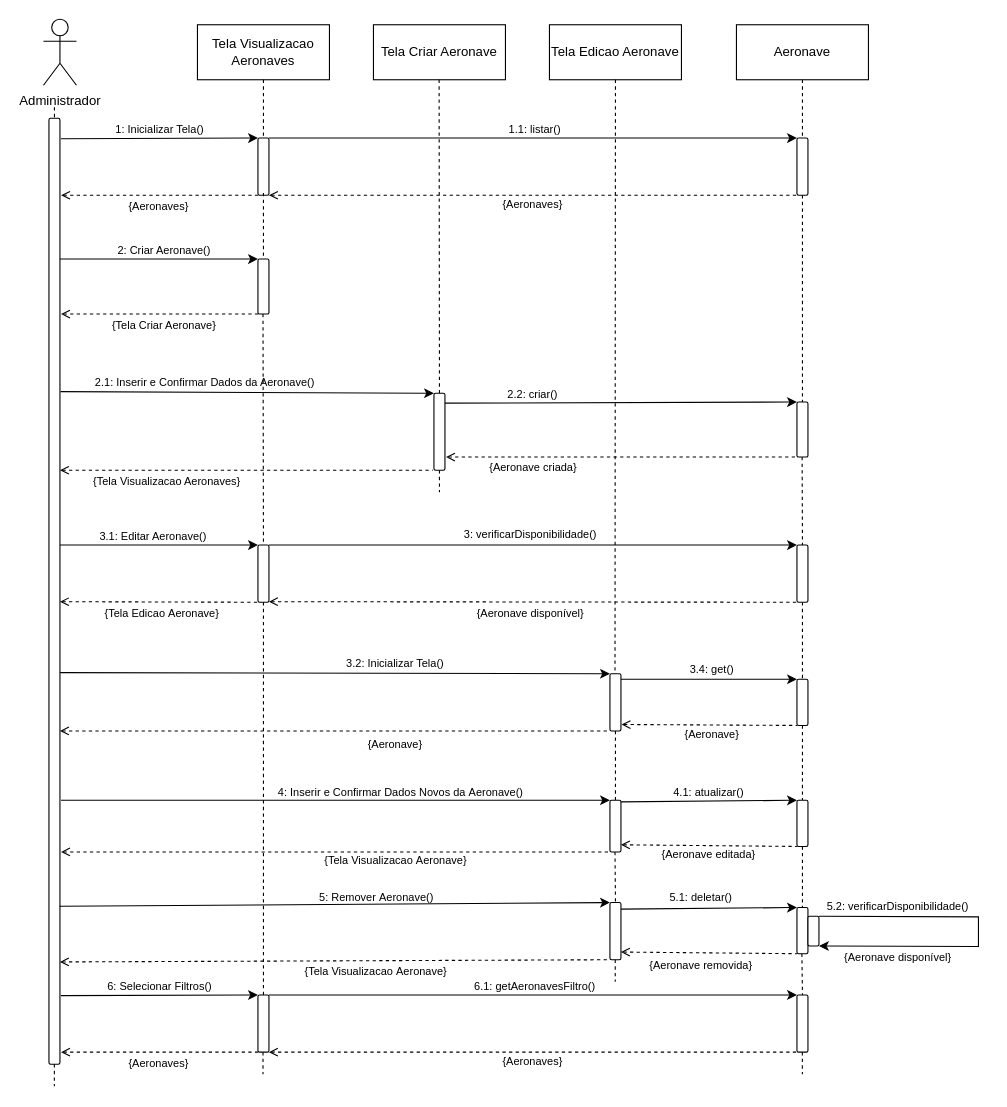
Before: Diagramas/Eng_de_Software/Modelos/Sequencia/Manter_Aeronaves.drawio in GabrielGMori/trabalho-conclus-o-ano, a draw.io diagram. Source tidied: cells renumbered, new cells numbered last; positions are measured from the earlier drawing's top-left corner, leaving out a move shared by most shapes. Both pictures are drawn from the tidied source at 110%, with x=0, y=0 at pixel (43, 19).
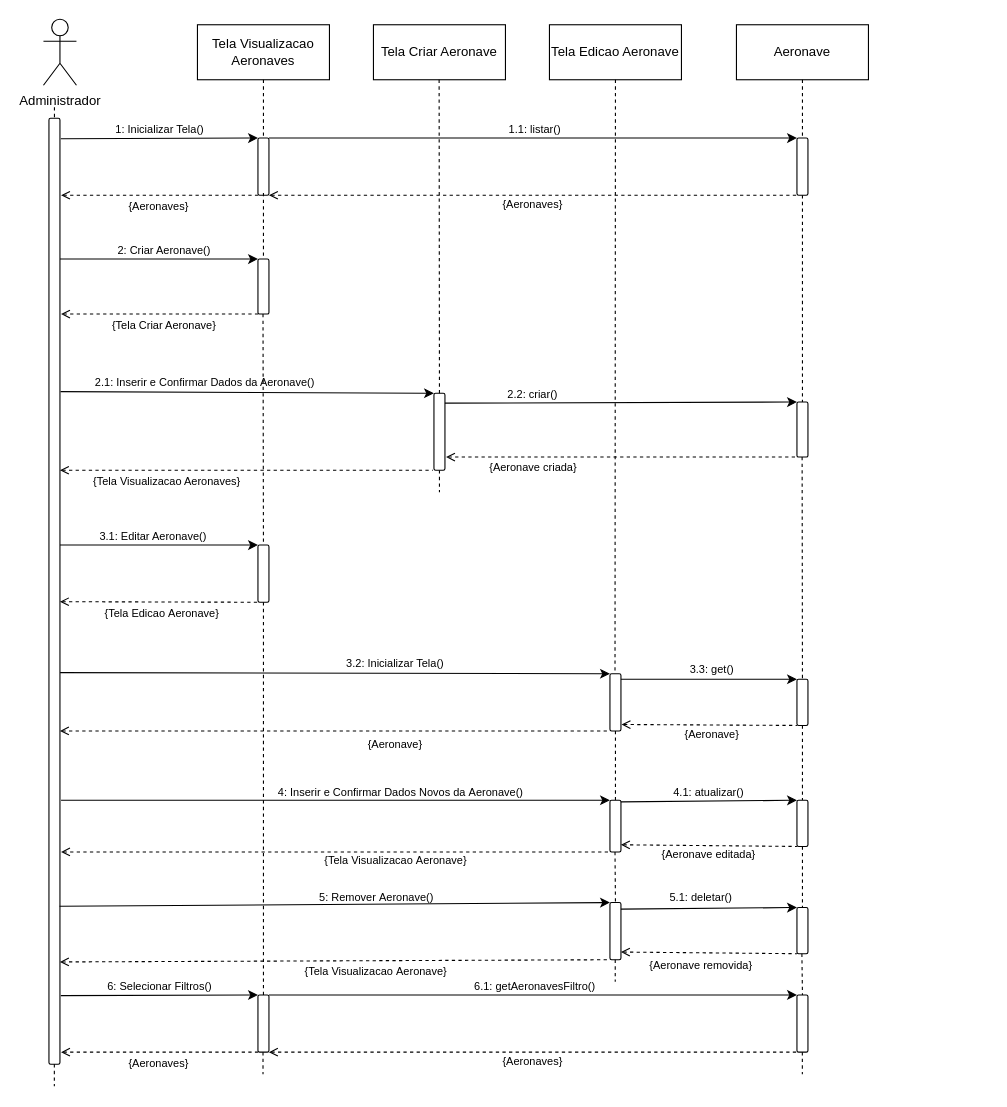
The same diagram, later.

Unchanged cells that the change refers to:
```xml
<mxCell id="47" style="rounded=1;whiteSpace=wrap;html=1;" parent="1" vertex="1">
  <mxGeometry x="685" y="600" width="10" height="42" as="geometry" />
</mxCell>
```

What changed in the source:
```diff
@@
-    <mxCell id="34" value="&lt;font&gt;3.4: get&lt;/font&gt;&lt;font&gt;()&lt;/font&gt;" style="text;html=1;align=center;verticalAlign=middle;whiteSpace=wrap;rounded=0;fontSize=10;" parent="1" vertex="1">
+    <mxCell id="34" value="&lt;font&gt;3.3: get&lt;/font&gt;&lt;font&gt;()&lt;/font&gt;" style="text;html=1;align=center;verticalAlign=middle;whiteSpace=wrap;rounded=0;fontSize=10;" parent="1" vertex="1">
       <mxGeometry x="528" y="581" width="160" height="20" as="geometry" />
     </mxCell>
@@
-    <mxCell id="58" value="&lt;font&gt;3: verificarDisponibilidade&lt;/font&gt;&lt;font&gt;()&lt;/font&gt;" style="text;html=1;align=center;verticalAlign=middle;whiteSpace=wrap;rounded=0;fontSize=10;" parent="1" vertex="1">
-      <mxGeometry x="362.5" y="458" width="160" height="20" as="geometry" />
-    </mxCell>
@@
-    <mxCell id="83" style="endArrow=none;dashed=1;html=1;rounded=0;entryX=0.5;entryY=0;entryDx=0;entryDy=0;" parent="1" edge="1" source="100" target="47">
-      <mxGeometry relative="1" as="geometry" />
-    </mxCell>
@@
-    <mxCell id="99" style="endArrow=none;dashed=1;html=1;rounded=0;entryX=0.5;entryY=0;entryDx=0;entryDy=0;" parent="1" edge="1" target="100">
+    <mxCell id="99" style="endArrow=none;dashed=1;html=1;rounded=0;entryX=0.5;entryY=0;entryDx=0;entryDy=0;" parent="1" edge="1" target="47">
       <mxGeometry relative="1" as="geometry">
         <mxPoint x="689.7" y="398" as="sourcePoint" />
       </mxGeometry>
     </mxCell>
-    <mxCell id="100" style="rounded=1;whiteSpace=wrap;html=1;" parent="1" vertex="1">
-      <mxGeometry x="685" y="478" width="10" height="52" as="geometry" />
-    </mxCell>
-    <mxCell id="101" style="endArrow=classic;html=1;rounded=0;entryX=0;entryY=0;entryDx=0;entryDy=0;" parent="1" edge="1" target="100">
-      <mxGeometry relative="1" as="geometry">
-        <mxPoint x="205" y="478" as="sourcePoint" />
-      </mxGeometry>
-    </mxCell>
-    <mxCell id="102" style="endArrow=none;html=1;rounded=0;entryX=0;entryY=1;entryDx=0;entryDy=0;dashed=1;endFill=0;startArrow=open;startFill=0;exitX=1.005;exitY=0.617;exitDx=0;exitDy=0;exitPerimeter=0;" parent="1" edge="1" target="100">
-      <mxGeometry relative="1" as="geometry">
-        <mxPoint x="205" y="529.5" as="sourcePoint" />
-      </mxGeometry>
-    </mxCell>
-    <mxCell id="103" value="{Aeronave disponível}" style="text;html=1;align=center;verticalAlign=middle;whiteSpace=wrap;rounded=0;fontSize=10;" parent="1" vertex="1">
-      <mxGeometry x="352.5" y="530" width="180" height="20" as="geometry" />
-    </mxCell>
-    <mxCell id="104" style="rounded=1;whiteSpace=wrap;html=1;" parent="1" vertex="1">
-      <mxGeometry x="695" y="815.5" width="10" height="27" as="geometry" />
-    </mxCell>
-    <mxCell id="105" style="endArrow=classic;html=1;rounded=0;exitX=1;exitY=0;exitDx=0;exitDy=0;entryX=1;entryY=1;entryDx=0;entryDy=0;" parent="1" edge="1" source="104" target="104">
-      <mxGeometry relative="1" as="geometry">
-        <Array as="points">
-          <mxPoint x="850" y="816" />
-          <mxPoint x="850" y="843" />
-        </Array>
-      </mxGeometry>
-    </mxCell>
-    <mxCell id="106" value="&lt;font&gt;5.2: verificarDisponibilidade&lt;/font&gt;&lt;font&gt;()&lt;/font&gt;" style="text;html=1;align=center;verticalAlign=middle;whiteSpace=wrap;rounded=0;fontSize=10;" parent="1" vertex="1">
-      <mxGeometry x="697" y="795.5" width="160" height="20" as="geometry" />
-    </mxCell>
@@
-    <mxCell id="108" value="{&lt;font&gt;Aeronave&lt;/font&gt;&amp;nbsp;disponível}" style="text;html=1;align=center;verticalAlign=middle;whiteSpace=wrap;rounded=0;fontSize=10;" parent="1" vertex="1">
-      <mxGeometry x="712" y="842.5" width="130" height="20" as="geometry" />
-    </mxCell>
```
